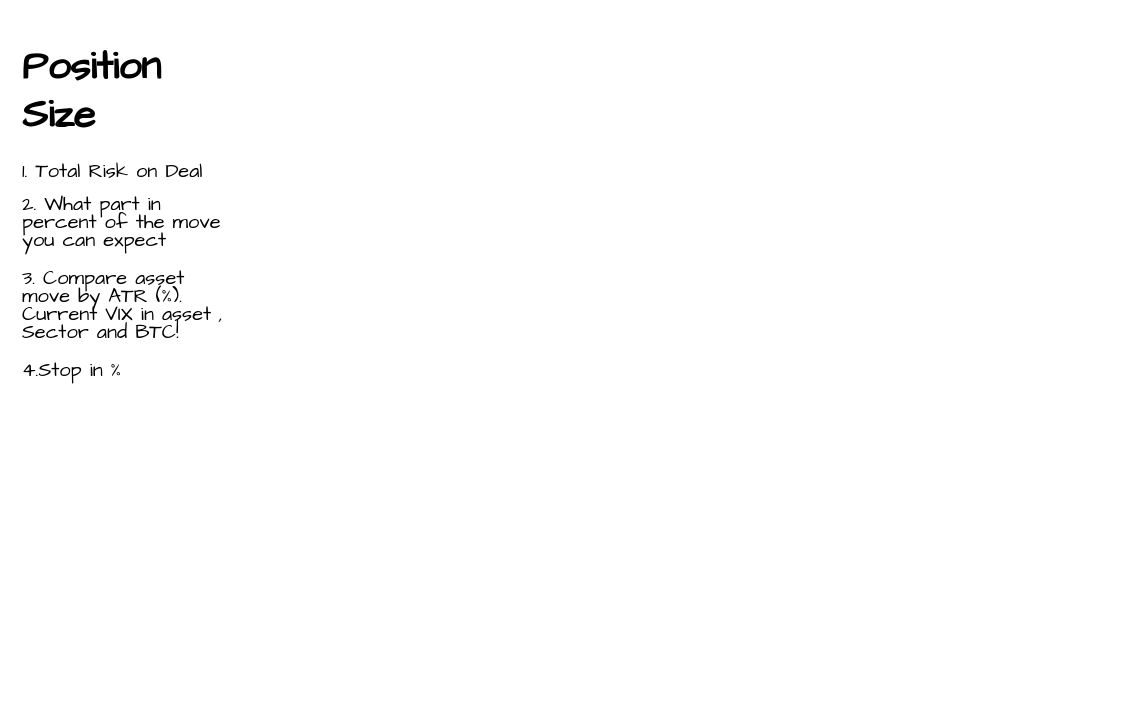
Earlier version of the draw.io diagram page "Pos Size" (6 of 9) of structure.drawio (Kupavtsev/markets_data_handler). Source tidied: cells renumbered, new cells numbered last; positions are measured from the earlier drawing's top-left corner, leaving out a move shared by most shapes. Both pictures are drawn from the tidied source at 100%, with x=0, y=0 at pixel (17, 27).
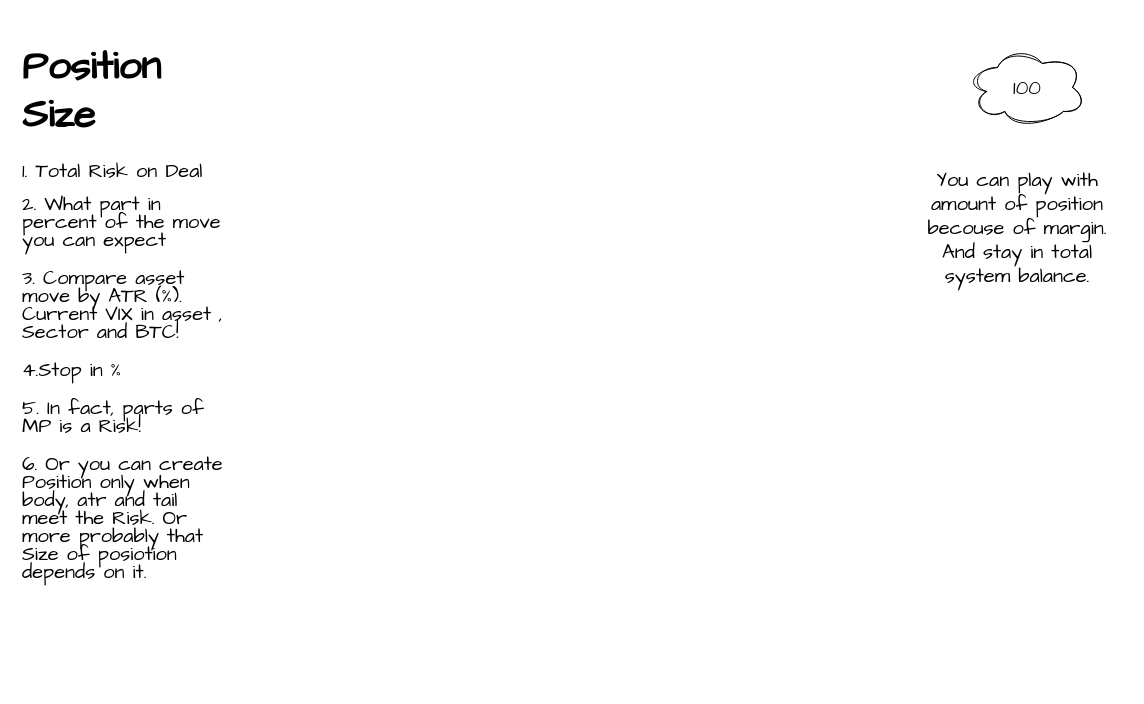
The same page after the edit.

What changed in the source:
```diff
@@
 <mxGraphModel>
   <root>
     <mxCell id="0" />
     <mxCell id="1" parent="0" />
-    <mxCell id="2" value="&lt;h1&gt;Position Size&lt;/h1&gt;&lt;p style=&quot;line-height: 40%;&quot;&gt;1. Total Risk on Deal&lt;/p&gt;&lt;p style=&quot;line-height: 90%;&quot;&gt;2. What part in percent of the move you can expect&lt;/p&gt;&lt;p style=&quot;line-height: 90%;&quot;&gt;3. Compare asset move by ATR (%). Current VIX in asset , Sector and BTC!&lt;/p&gt;&lt;p style=&quot;line-height: 90%;&quot;&gt;4.Stop in %&lt;/p&gt;" style="text;html=1;strokeColor=none;fillColor=none;spacing=5;spacingTop=-20;whiteSpace=wrap;overflow=hidden;rounded=0;fontSize=20;fontFamily=Architects Daughter;" parent="1" vertex="1">
-      <mxGeometry width="210" height="400" as="geometry" />
+    <mxCell id="2" value="&lt;h1&gt;Position Size&lt;/h1&gt;&lt;p style=&quot;line-height: 40%;&quot;&gt;1. Total Risk on Deal&lt;/p&gt;&lt;p style=&quot;line-height: 90%;&quot;&gt;2. What part in percent of the move you can expect&lt;/p&gt;&lt;p style=&quot;line-height: 90%;&quot;&gt;3. Compare asset move by ATR (%). Current VIX in asset , Sector and BTC!&lt;/p&gt;&lt;p style=&quot;line-height: 90%;&quot;&gt;4.Stop in %&lt;/p&gt;&lt;p style=&quot;line-height: 90%;&quot;&gt;5. In fact, parts of MP is a Risk!&lt;/p&gt;&lt;p style=&quot;line-height: 90%;&quot;&gt;6. Or you can create Position only when body, atr and tail meet the Risk. Or more probably that Size of posiotion depends on it.&lt;/p&gt;" style="text;html=1;strokeColor=none;fillColor=none;spacing=5;spacingTop=-20;whiteSpace=wrap;overflow=hidden;rounded=0;fontSize=20;fontFamily=Architects Daughter;" parent="1" vertex="1">
+      <mxGeometry width="210" height="660" as="geometry" />
     </mxCell>
+    <mxCell id="3" value="100" style="ellipse;shape=cloud;whiteSpace=wrap;html=1;sketch=1;hachureGap=4;jiggle=2;curveFitting=1;fontFamily=Architects Daughter;fontSize=20;" parent="1" vertex="1">
+      <mxGeometry x="950" y="20" width="120" height="80" as="geometry" />
+    </mxCell>
+    <mxCell id="4" value="You can play with amount of position becouse of margin.&lt;br&gt;And stay in total system balance." style="text;html=1;strokeColor=none;fillColor=none;align=center;verticalAlign=middle;whiteSpace=wrap;rounded=0;fontSize=20;fontFamily=Architects Daughter;" parent="1" vertex="1">
+      <mxGeometry x="890" y="130" width="220" height="140" as="geometry" />
+    </mxCell>
   </root>
 </mxGraphModel>
```
